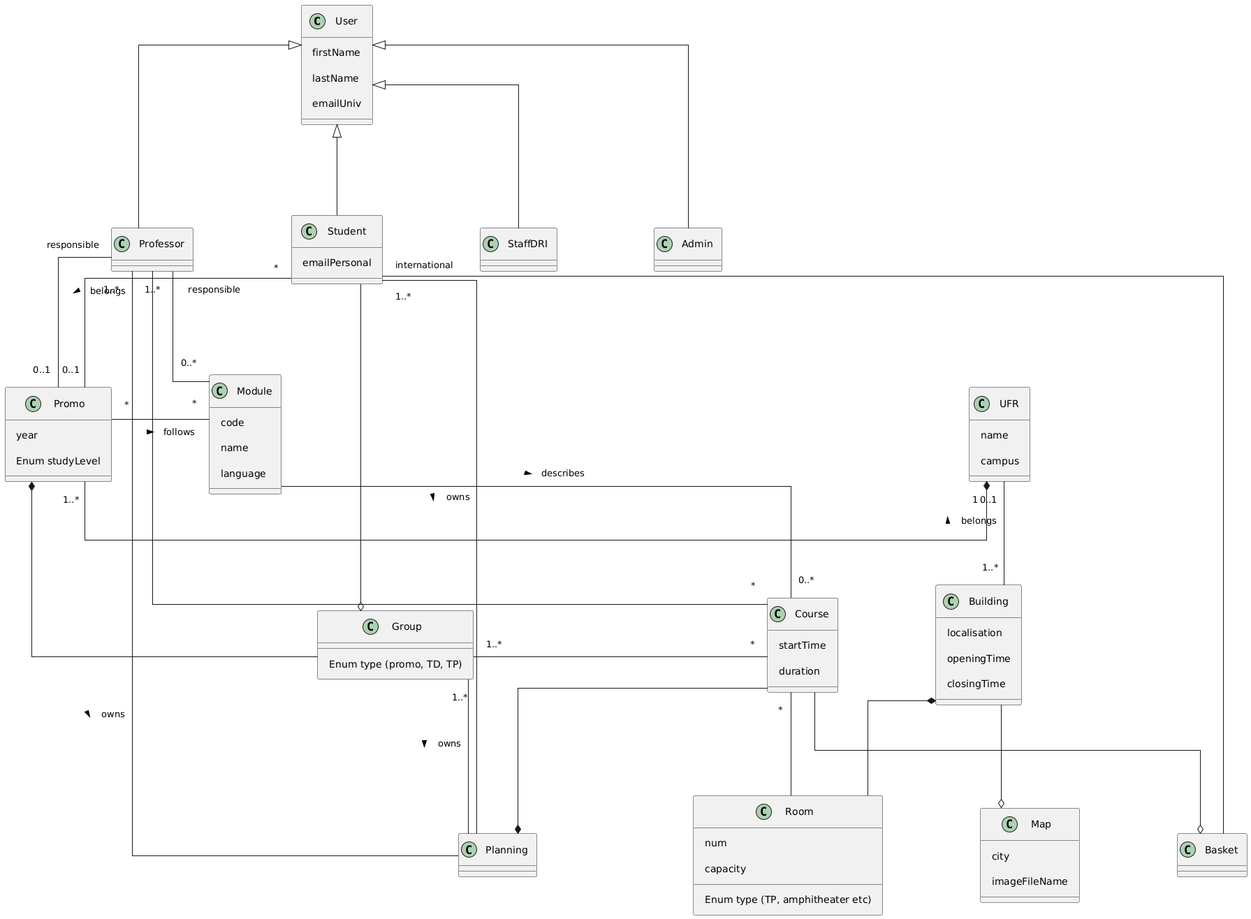
The PlantUML diagram diagrams/ClassesDiagram.png in JoshuaDixon23/Hyperplanning, before a commit.
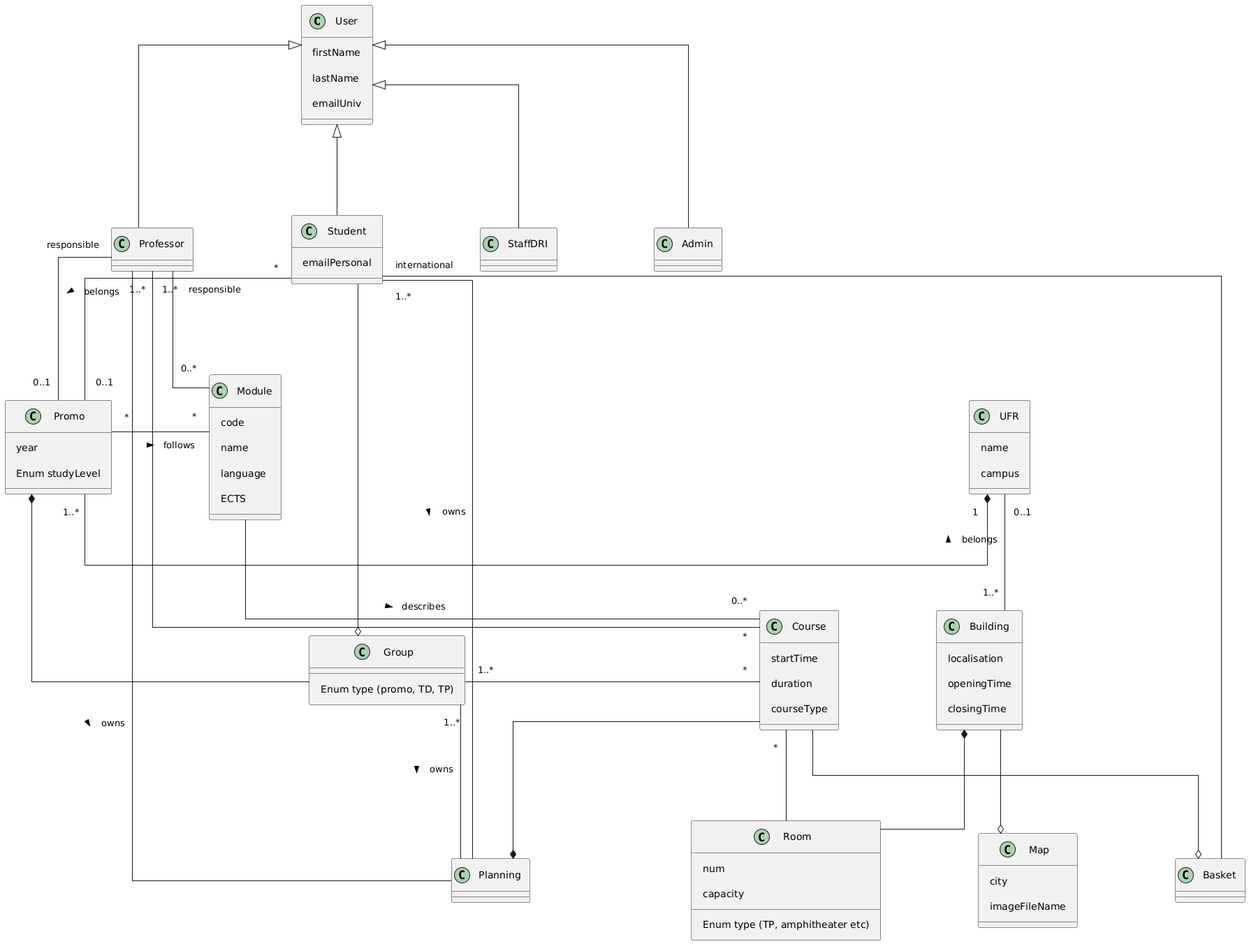
The same file after the commit.

Change to the diagram source:
```diff
@@ -38,6 +38,7 @@
     code
     name
     language
+    ECTS
 }
 
 class UFR{
@@ -52,6 +53,7 @@
 class Course{
     startTime
     duration
+    courseType
 }
 
 class Building{
```
